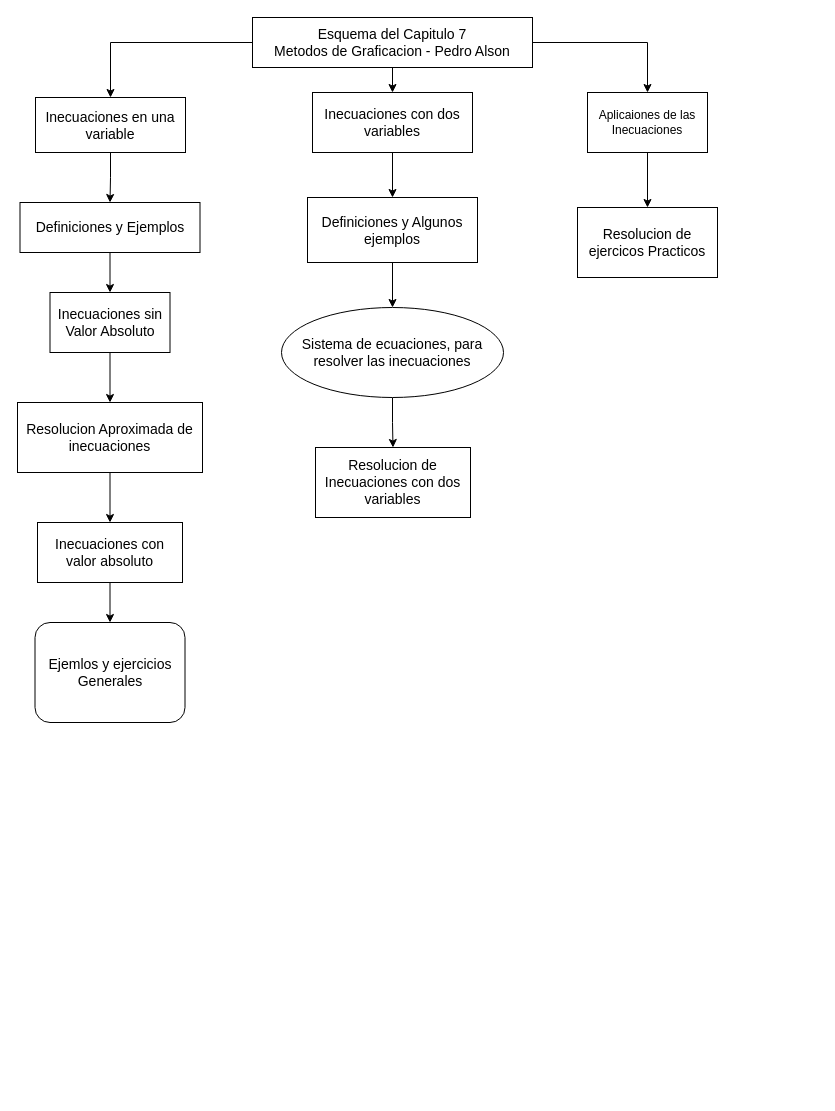
Before: Untitled Diagram.drawio in LuisGP1316/project-Alpha01, a draw.io diagram. Source tidied: cells renumbered, new cells numbered last; positions are measured from the earlier drawing's top-left corner, leaving out a move shared by most shapes. Both pictures are drawn from the tidied source at 100%, with x=0, y=0 at pixel (17, 17).
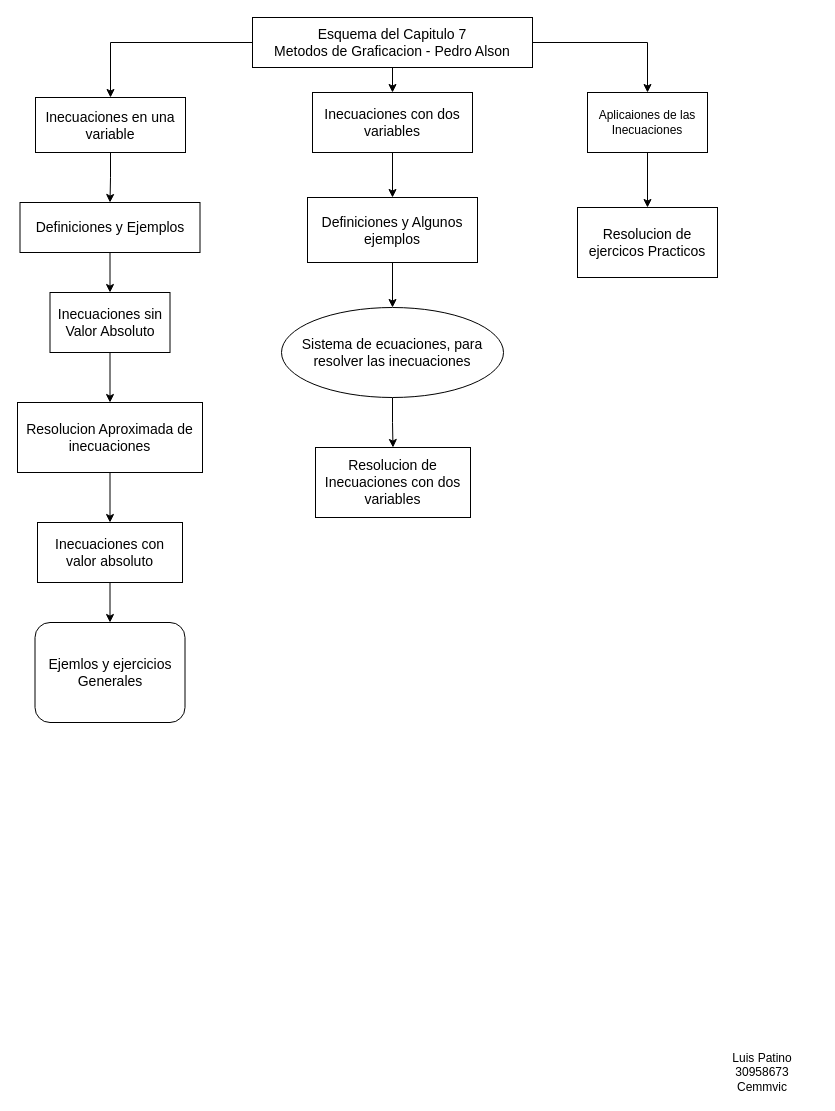
After the change.

Diff of the diagram source:
```diff
@@
+    <mxCell id="27" value="&lt;div&gt;Luis Patino&lt;/div&gt;&lt;div&gt;30958673&lt;/div&gt;&lt;div&gt;Cemmvic&lt;br&gt;&lt;/div&gt;" style="text;html=1;align=center;verticalAlign=middle;whiteSpace=wrap;rounded=0;" parent="1" vertex="1">
+      <mxGeometry x="690" y="1040" width="110" height="30" as="geometry" />
+    </mxCell>
```
